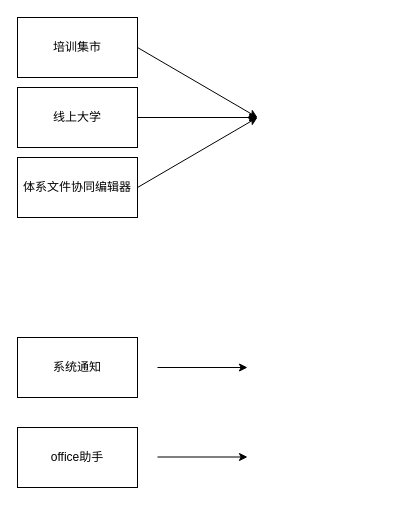
The draw.io diagram 1.drawio in luomoweilan/bookmark, before the edit. Source tidied: cells renumbered, new cells numbered last; positions are measured from the earlier drawing's top-left corner, leaving out a move shared by most shapes. Both pictures are drawn from the tidied source at 100%, with x=0, y=0 at pixel (17, 17).
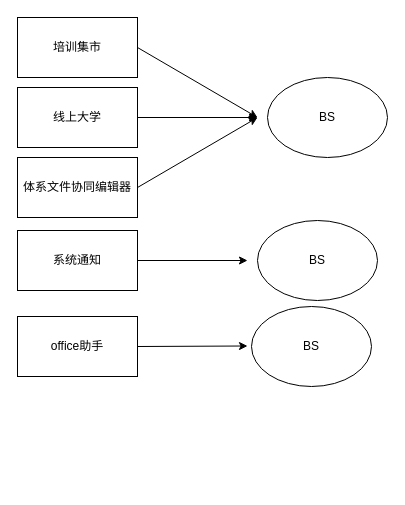
The same page after the edit.

Change to the diagram source:
```diff
@@
 <mxGraphModel>
   <root>
     <mxCell id="0" />
     <mxCell id="1" parent="0" />
     <mxCell id="2" value="线上大学" style="rounded=0;whiteSpace=wrap;html=1;" parent="1" vertex="1">
       <mxGeometry y="70" width="120" height="60" as="geometry" />
     </mxCell>
     <mxCell id="3" value="体系文件协同编辑器" style="rounded=0;whiteSpace=wrap;html=1;" parent="1" vertex="1">
       <mxGeometry y="140" width="120" height="60" as="geometry" />
     </mxCell>
     <mxCell id="4" value="系统通知" style="rounded=0;whiteSpace=wrap;html=1;" parent="1" vertex="1">
-      <mxGeometry y="320" width="120" height="60" as="geometry" />
+      <mxGeometry y="213" width="120" height="60" as="geometry" />
     </mxCell>
     <mxCell id="5" value="office助手" style="rounded=0;whiteSpace=wrap;html=1;" parent="1" vertex="1">
-      <mxGeometry y="410" width="120" height="60" as="geometry" />
+      <mxGeometry y="299" width="120" height="60" as="geometry" />
     </mxCell>
     <mxCell id="6" style="endArrow=classic;html=1;" parent="1" edge="1">
       <mxGeometry relative="1" as="geometry">
         <mxPoint x="120" y="100" as="sourcePoint" />
         <mxPoint x="240" y="100" as="targetPoint" />
       </mxGeometry>
     </mxCell>
     <mxCell id="7" style="endArrow=classic;html=1;exitX=1;exitY=0.5;exitDx=0;exitDy=0;" parent="1" edge="1" source="3">
       <mxGeometry relative="1" as="geometry">
         <mxPoint x="240" y="100" as="targetPoint" />
       </mxGeometry>
     </mxCell>
-    <mxCell id="8" style="endArrow=classic;html=1;" parent="1" edge="1">
+    <mxCell id="8" style="endArrow=classic;html=1;exitX=1;exitY=0.5;exitDx=0;exitDy=0;" parent="1" edge="1" source="4">
       <mxGeometry relative="1" as="geometry">
-        <mxPoint x="140" y="350" as="sourcePoint" />
-        <mxPoint x="230" y="350" as="targetPoint" />
+        <mxPoint x="230" y="243" as="targetPoint" />
       </mxGeometry>
     </mxCell>
-    <mxCell id="9" style="endArrow=classic;html=1;" parent="1" edge="1">
+    <mxCell id="9" style="endArrow=classic;html=1;exitX=1;exitY=0.5;exitDx=0;exitDy=0;" parent="1" edge="1" source="5">
       <mxGeometry relative="1" as="geometry">
-        <mxPoint x="140" y="439.5" as="sourcePoint" />
-        <mxPoint x="230" y="439.5" as="targetPoint" />
+        <mxPoint x="230" y="328.5" as="targetPoint" />
       </mxGeometry>
     </mxCell>
     <mxCell id="10" value="培训集市" style="rounded=0;whiteSpace=wrap;html=1;" parent="1" vertex="1">
       <mxGeometry width="120" height="60" as="geometry" />
     </mxCell>
     <mxCell id="11" style="endArrow=classic;html=1;" parent="1" edge="1">
       <mxGeometry relative="1" as="geometry">
         <mxPoint x="120" y="30" as="sourcePoint" />
         <mxPoint x="240" y="100" as="targetPoint" />
       </mxGeometry>
     </mxCell>
+    <mxCell id="12" value="BS" style="ellipse;whiteSpace=wrap;html=1;" parent="1" vertex="1">
+      <mxGeometry x="250" y="60" width="120" height="80" as="geometry" />
+    </mxCell>
+    <mxCell id="13" value="BS" style="ellipse;whiteSpace=wrap;html=1;" parent="1" vertex="1">
+      <mxGeometry x="240" y="203" width="120" height="80" as="geometry" />
+    </mxCell>
+    <mxCell id="14" value="BS" style="ellipse;whiteSpace=wrap;html=1;" parent="1" vertex="1">
+      <mxGeometry x="234" y="289" width="120" height="80" as="geometry" />
+    </mxCell>
   </root>
 </mxGraphModel>
```
